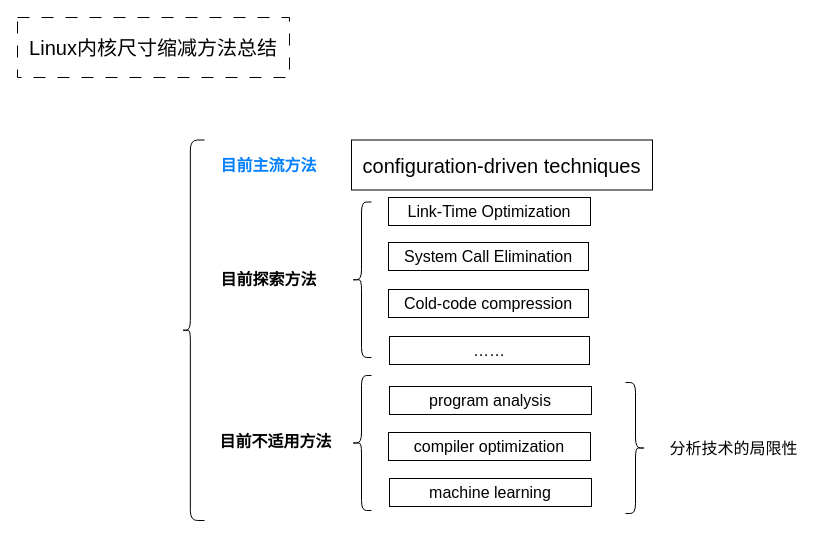
The draw.io diagram Linux内核尺寸缩减方法总结.drawio in plotusim/home-, before the edit. Source tidied: cells renumbered, new cells numbered last; positions are measured from the earlier drawing's top-left corner, leaving out a move shared by most shapes. Both pictures are drawn from the tidied source at 100%, with x=0, y=0 at pixel (17, 17).
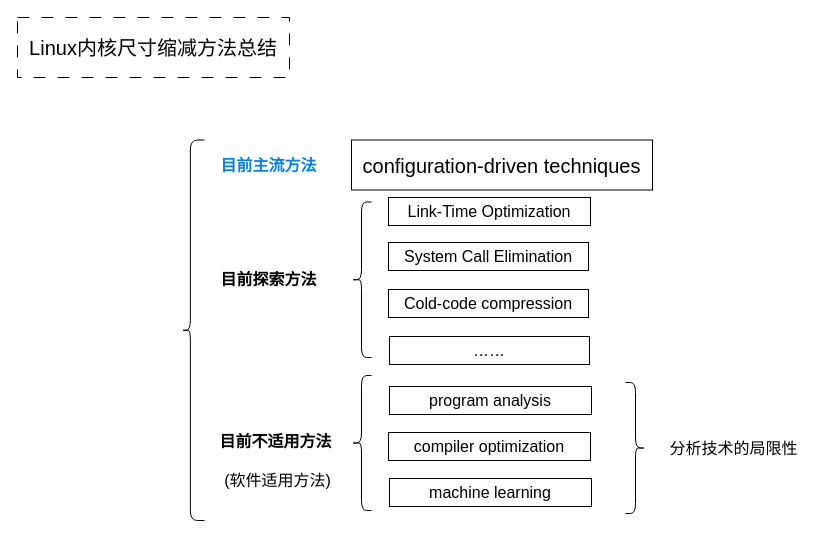
Above is the later version.

Commit message (it also covers changes not shown here):
更新Linux内核尺寸缩减方法总结.drawio

What changed in the source:
```diff
@@
 <mxGraphModel>
   <root>
     <mxCell id="0" />
     <mxCell id="1" parent="0" />
     <mxCell id="2" value="&lt;font style=&quot;font-size: 20px;&quot;&gt;Linux内核尺寸缩减方法总结&lt;/font&gt;" style="rounded=0;whiteSpace=wrap;html=1;fontSize=16;dashed=1;dashPattern=12 12;" parent="1" vertex="1">
       <mxGeometry width="272" height="60" as="geometry" />
     </mxCell>
     <mxCell id="3" style="shape=curlyBracket;whiteSpace=wrap;html=1;rounded=1;labelPosition=left;verticalLabelPosition=middle;align=right;verticalAlign=middle;fontSize=16;size=0.38499984741210935;" parent="1" vertex="1">
       <mxGeometry x="164" y="122.5" width="23" height="380.5" as="geometry" />
     </mxCell>
     <mxCell id="4" value="&lt;b&gt;&lt;font color=&quot;#007fff&quot;&gt;目前主流方法&lt;/font&gt;&lt;/b&gt;" style="rounded=0;whiteSpace=wrap;html=1;fontSize=16;strokeColor=none;" parent="1" vertex="1">
       <mxGeometry x="193" y="128" width="117" height="39" as="geometry" />
     </mxCell>
     <mxCell id="5" value="&lt;font style=&quot;font-size: 20px;&quot;&gt;configuration-driven techniques&lt;/font&gt;" style="rounded=0;whiteSpace=wrap;html=1;fontSize=16;" parent="1" vertex="1">
       <mxGeometry x="334" y="122.5" width="301" height="50" as="geometry" />
     </mxCell>
     <mxCell id="6" value="&lt;b&gt;目前探索方法&lt;/b&gt;" style="rounded=0;whiteSpace=wrap;html=1;fontSize=16;strokeColor=none;" parent="1" vertex="1">
       <mxGeometry x="193" y="242.8" width="117" height="39" as="geometry" />
     </mxCell>
     <mxCell id="7" style="shape=curlyBracket;whiteSpace=wrap;html=1;rounded=1;labelPosition=left;verticalLabelPosition=middle;align=right;verticalAlign=middle;fontSize=16;" parent="1" vertex="1">
       <mxGeometry x="334" y="184.5" width="20" height="155.5" as="geometry" />
     </mxCell>
     <mxCell id="8" value="&lt;div&gt;Link-Time Optimization&lt;/div&gt;" style="rounded=0;whiteSpace=wrap;html=1;fontSize=16;" parent="1" vertex="1">
       <mxGeometry x="371" y="180" width="202" height="28" as="geometry" />
     </mxCell>
     <mxCell id="9" value="&lt;div&gt;System Call Elimination&lt;/div&gt;" style="rounded=0;whiteSpace=wrap;html=1;fontSize=16;" parent="1" vertex="1">
       <mxGeometry x="371" y="225" width="200" height="28" as="geometry" />
     </mxCell>
     <mxCell id="10" value="&lt;div&gt;Cold-code compression&lt;/div&gt;" style="rounded=0;whiteSpace=wrap;html=1;fontSize=16;" parent="1" vertex="1">
       <mxGeometry x="371" y="272" width="200" height="28" as="geometry" />
     </mxCell>
     <mxCell id="11" value="……" style="rounded=0;whiteSpace=wrap;html=1;fontSize=16;" parent="1" vertex="1">
       <mxGeometry x="372" y="319" width="200" height="28" as="geometry" />
     </mxCell>
     <mxCell id="12" value="&lt;b&gt;目前不适用方法&lt;/b&gt;" style="rounded=0;whiteSpace=wrap;html=1;fontSize=16;strokeColor=none;" parent="1" vertex="1">
       <mxGeometry x="193" y="404" width="131" height="39" as="geometry" />
     </mxCell>
     <mxCell id="13" style="shape=curlyBracket;whiteSpace=wrap;html=1;rounded=1;labelPosition=left;verticalLabelPosition=middle;align=right;verticalAlign=middle;fontSize=16;" parent="1" vertex="1">
       <mxGeometry x="334" y="358" width="20" height="135" as="geometry" />
     </mxCell>
     <mxCell id="14" value="program analysis" style="rounded=0;whiteSpace=wrap;html=1;fontSize=16;" parent="1" vertex="1">
       <mxGeometry x="372" y="369" width="202" height="28" as="geometry" />
     </mxCell>
     <mxCell id="15" value="compiler optimization" style="rounded=0;whiteSpace=wrap;html=1;fontSize=16;" parent="1" vertex="1">
       <mxGeometry x="371" y="415" width="202" height="28" as="geometry" />
     </mxCell>
     <mxCell id="16" value="machine learning" style="rounded=0;whiteSpace=wrap;html=1;fontSize=16;" parent="1" vertex="1">
       <mxGeometry x="372" y="461" width="202" height="28" as="geometry" />
     </mxCell>
     <mxCell id="17" style="shape=curlyBracket;whiteSpace=wrap;html=1;rounded=1;flipH=1;labelPosition=right;verticalLabelPosition=middle;align=left;verticalAlign=middle;fontSize=16;" parent="1" vertex="1">
       <mxGeometry x="608" y="365" width="20" height="131" as="geometry" />
     </mxCell>
     <mxCell id="18" value="分析技术的局限性" style="rounded=0;whiteSpace=wrap;html=1;fontSize=16;strokeColor=none;" parent="1" vertex="1">
       <mxGeometry x="642" y="412.5" width="149" height="36" as="geometry" />
     </mxCell>
+    <mxCell id="19" value="(软件适用方法)" style="rounded=0;whiteSpace=wrap;html=1;fontSize=16;strokeColor=none;" parent="1" vertex="1">
+      <mxGeometry x="195" y="443" width="131" height="39" as="geometry" />
+    </mxCell>
   </root>
 </mxGraphModel>
```
